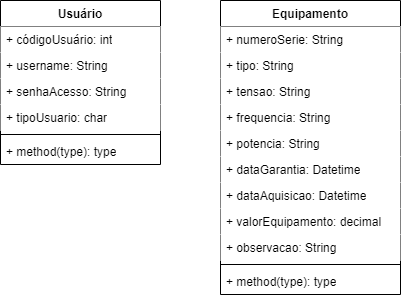
The draw.io diagram DiagramaProjeto.drawio.png in IgorDias1998/sistema_login, before a commit. Source tidied: cells renumbered, new cells last; positions are measured from the earlier drawing's top-left corner, leaving out a move shared by most shapes.
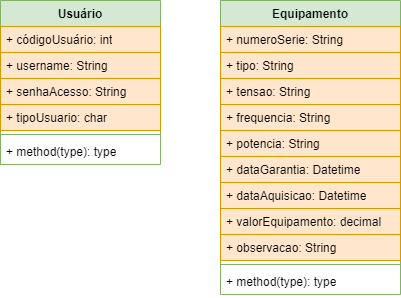
After the change.

Diff of the diagram source:
```diff
@@ -2,34 +2,34 @@
   <root>
     <mxCell id="0" />
     <mxCell id="1" parent="0" />
-    <mxCell id="2" value="Equipamento" style="swimlane;fontStyle=1;align=center;verticalAlign=top;horizontal=1;startSize=26;whiteSpace=wrap;html=1;" parent="1" vertex="1">
+    <mxCell id="2" value="Equipamento" style="swimlane;fontStyle=1;align=center;verticalAlign=top;horizontal=1;startSize=26;whiteSpace=wrap;html=1;fillColor=#d5e8d4;strokeColor=#82b366;" parent="1" vertex="1">
       <mxGeometry x="220" width="180" height="294" as="geometry" />
     </mxCell>
-    <mxCell id="3" value="+ numeroSerie: String&lt;div&gt;&lt;br&gt;&lt;/div&gt;" style="text;strokeColor=none;fillColor=default;align=left;verticalAlign=top;spacingLeft=4;spacingRight=4;overflow=hidden;whiteSpace=wrap;html=1;" parent="2" vertex="1">
+    <mxCell id="3" value="+ numeroSerie: String&lt;div&gt;&lt;br&gt;&lt;/div&gt;" style="text;strokeColor=#d79b00;fillColor=#ffe6cc;align=left;verticalAlign=top;spacingLeft=4;spacingRight=4;overflow=hidden;whiteSpace=wrap;html=1;" parent="2" vertex="1">
       <mxGeometry y="26" width="180" height="26" as="geometry" />
     </mxCell>
-    <mxCell id="4" value="+ tipo: String&lt;div&gt;&lt;br&gt;&lt;/div&gt;" style="text;strokeColor=none;fillColor=default;align=left;verticalAlign=top;spacingLeft=4;spacingRight=4;overflow=hidden;whiteSpace=wrap;html=1;" parent="2" vertex="1">
+    <mxCell id="4" value="+ tipo: String&lt;div&gt;&lt;br&gt;&lt;/div&gt;" style="text;strokeColor=#d79b00;fillColor=#ffe6cc;align=left;verticalAlign=top;spacingLeft=4;spacingRight=4;overflow=hidden;whiteSpace=wrap;html=1;" parent="2" vertex="1">
       <mxGeometry y="52" width="180" height="26" as="geometry" />
     </mxCell>
-    <mxCell id="5" value="+ tensao: String&lt;div&gt;&lt;br&gt;&lt;/div&gt;" style="text;strokeColor=none;fillColor=default;align=left;verticalAlign=top;spacingLeft=4;spacingRight=4;overflow=hidden;whiteSpace=wrap;html=1;" parent="2" vertex="1">
+    <mxCell id="5" value="+ tensao: String&lt;div&gt;&lt;br&gt;&lt;/div&gt;" style="text;strokeColor=#d79b00;fillColor=#ffe6cc;align=left;verticalAlign=top;spacingLeft=4;spacingRight=4;overflow=hidden;whiteSpace=wrap;html=1;" parent="2" vertex="1">
       <mxGeometry y="78" width="180" height="26" as="geometry" />
     </mxCell>
-    <mxCell id="6" value="+ frequencia: String&lt;div&gt;&lt;br&gt;&lt;/div&gt;" style="text;strokeColor=none;fillColor=default;align=left;verticalAlign=top;spacingLeft=4;spacingRight=4;overflow=hidden;whiteSpace=wrap;html=1;" parent="2" vertex="1">
+    <mxCell id="6" value="+ frequencia: String&lt;div&gt;&lt;br&gt;&lt;/div&gt;" style="text;strokeColor=#d79b00;fillColor=#ffe6cc;align=left;verticalAlign=top;spacingLeft=4;spacingRight=4;overflow=hidden;whiteSpace=wrap;html=1;" parent="2" vertex="1">
       <mxGeometry y="104" width="180" height="26" as="geometry" />
     </mxCell>
-    <mxCell id="7" value="+ potencia: String&lt;div&gt;&lt;br&gt;&lt;/div&gt;" style="text;strokeColor=none;fillColor=default;align=left;verticalAlign=top;spacingLeft=4;spacingRight=4;overflow=hidden;whiteSpace=wrap;html=1;" parent="2" vertex="1">
+    <mxCell id="7" value="+ potencia: String&lt;div&gt;&lt;br&gt;&lt;/div&gt;" style="text;strokeColor=#d79b00;fillColor=#ffe6cc;align=left;verticalAlign=top;spacingLeft=4;spacingRight=4;overflow=hidden;whiteSpace=wrap;html=1;" parent="2" vertex="1">
       <mxGeometry y="130" width="180" height="26" as="geometry" />
     </mxCell>
-    <mxCell id="8" value="+ dataGarantia: Datetime&lt;div&gt;&lt;br&gt;&lt;/div&gt;" style="text;strokeColor=none;fillColor=default;align=left;verticalAlign=top;spacingLeft=4;spacingRight=4;overflow=hidden;whiteSpace=wrap;html=1;" parent="2" vertex="1">
+    <mxCell id="8" value="+ dataGarantia: Datetime&lt;div&gt;&lt;br&gt;&lt;/div&gt;" style="text;strokeColor=#d79b00;fillColor=#ffe6cc;align=left;verticalAlign=top;spacingLeft=4;spacingRight=4;overflow=hidden;whiteSpace=wrap;html=1;" parent="2" vertex="1">
       <mxGeometry y="156" width="180" height="26" as="geometry" />
     </mxCell>
-    <mxCell id="9" value="+ dataAquisicao: Datetime&lt;div&gt;&lt;br&gt;&lt;/div&gt;" style="text;strokeColor=none;fillColor=default;align=left;verticalAlign=top;spacingLeft=4;spacingRight=4;overflow=hidden;whiteSpace=wrap;html=1;" parent="2" vertex="1">
+    <mxCell id="9" value="+ dataAquisicao: Datetime&lt;div&gt;&lt;br&gt;&lt;/div&gt;" style="text;strokeColor=#d79b00;fillColor=#ffe6cc;align=left;verticalAlign=top;spacingLeft=4;spacingRight=4;overflow=hidden;whiteSpace=wrap;html=1;" parent="2" vertex="1">
       <mxGeometry y="182" width="180" height="26" as="geometry" />
     </mxCell>
-    <mxCell id="10" value="+ valorEquipamento: decimal&lt;div&gt;&lt;br&gt;&lt;/div&gt;" style="text;strokeColor=none;fillColor=default;align=left;verticalAlign=top;spacingLeft=4;spacingRight=4;overflow=hidden;whiteSpace=wrap;html=1;" parent="2" vertex="1">
+    <mxCell id="10" value="+ valorEquipamento: decimal&lt;div&gt;&lt;br&gt;&lt;/div&gt;" style="text;strokeColor=#d79b00;fillColor=#ffe6cc;align=left;verticalAlign=top;spacingLeft=4;spacingRight=4;overflow=hidden;whiteSpace=wrap;html=1;" parent="2" vertex="1">
       <mxGeometry y="208" width="180" height="26" as="geometry" />
     </mxCell>
-    <mxCell id="11" value="+ observacao: String&lt;div&gt;&lt;br&gt;&lt;/div&gt;" style="text;strokeColor=none;fillColor=default;align=left;verticalAlign=top;spacingLeft=4;spacingRight=4;overflow=hidden;whiteSpace=wrap;html=1;" parent="2" vertex="1">
+    <mxCell id="11" value="+ observacao: String&lt;div&gt;&lt;br&gt;&lt;/div&gt;" style="text;strokeColor=#d79b00;fillColor=#ffe6cc;align=left;verticalAlign=top;spacingLeft=4;spacingRight=4;overflow=hidden;whiteSpace=wrap;html=1;" parent="2" vertex="1">
       <mxGeometry y="234" width="180" height="26" as="geometry" />
     </mxCell>
     <mxCell id="12" style="line;strokeWidth=1;fillColor=none;align=left;verticalAlign=middle;spacingTop=-1;spacingLeft=3;spacingRight=3;labelPosition=right;strokeColor=inherit;" parent="2" vertex="1">
@@ -38,19 +38,19 @@
     <mxCell id="13" value="+ method(type): type" style="text;strokeColor=none;fillColor=none;align=left;verticalAlign=top;spacingLeft=4;spacingRight=4;overflow=hidden;whiteSpace=wrap;html=1;" parent="2" vertex="1">
       <mxGeometry y="268" width="180" height="26" as="geometry" />
     </mxCell>
-    <mxCell id="14" value="Usuário" style="swimlane;fontStyle=1;align=center;verticalAlign=top;horizontal=1;startSize=26;whiteSpace=wrap;html=1;" parent="1" vertex="1">
+    <mxCell id="14" value="Usuário" style="swimlane;fontStyle=1;align=center;verticalAlign=top;horizontal=1;startSize=26;whiteSpace=wrap;html=1;fillColor=#d5e8d4;strokeColor=#82b366;" parent="1" vertex="1">
       <mxGeometry width="160" height="164" as="geometry" />
     </mxCell>
-    <mxCell id="15" value="+ códigoUsuário: int&lt;div&gt;&lt;br&gt;&lt;/div&gt;" style="text;strokeColor=none;fillColor=default;align=left;verticalAlign=top;spacingLeft=4;spacingRight=4;overflow=hidden;whiteSpace=wrap;html=1;" parent="14" vertex="1">
+    <mxCell id="15" value="+ códigoUsuário: int&lt;div&gt;&lt;br&gt;&lt;/div&gt;" style="text;strokeColor=#d79b00;fillColor=#ffe6cc;align=left;verticalAlign=top;spacingLeft=4;spacingRight=4;overflow=hidden;whiteSpace=wrap;html=1;" parent="14" vertex="1">
       <mxGeometry y="26" width="160" height="26" as="geometry" />
     </mxCell>
-    <mxCell id="16" value="+ username: String&lt;div&gt;&lt;br&gt;&lt;/div&gt;" style="text;strokeColor=none;fillColor=default;align=left;verticalAlign=top;spacingLeft=4;spacingRight=4;overflow=hidden;whiteSpace=wrap;html=1;" parent="14" vertex="1">
+    <mxCell id="16" value="+ username: String&lt;div&gt;&lt;br&gt;&lt;/div&gt;" style="text;strokeColor=#d79b00;fillColor=#ffe6cc;align=left;verticalAlign=top;spacingLeft=4;spacingRight=4;overflow=hidden;whiteSpace=wrap;html=1;" parent="14" vertex="1">
       <mxGeometry y="52" width="160" height="26" as="geometry" />
     </mxCell>
-    <mxCell id="17" value="+ senhaAcesso: String&lt;div&gt;&lt;br&gt;&lt;/div&gt;" style="text;strokeColor=none;fillColor=default;align=left;verticalAlign=top;spacingLeft=4;spacingRight=4;overflow=hidden;whiteSpace=wrap;html=1;" parent="14" vertex="1">
+    <mxCell id="17" value="+ senhaAcesso: String&lt;div&gt;&lt;br&gt;&lt;/div&gt;" style="text;strokeColor=#d79b00;fillColor=#ffe6cc;align=left;verticalAlign=top;spacingLeft=4;spacingRight=4;overflow=hidden;whiteSpace=wrap;html=1;" parent="14" vertex="1">
       <mxGeometry y="78" width="160" height="26" as="geometry" />
     </mxCell>
-    <mxCell id="18" value="+ tipoUsuario: char&lt;div&gt;&lt;br&gt;&lt;/div&gt;" style="text;strokeColor=none;fillColor=default;align=left;verticalAlign=top;spacingLeft=4;spacingRight=4;overflow=hidden;whiteSpace=wrap;html=1;" parent="14" vertex="1">
+    <mxCell id="18" value="+ tipoUsuario: char&lt;div&gt;&lt;br&gt;&lt;/div&gt;" style="text;strokeColor=#d79b00;fillColor=#ffe6cc;align=left;verticalAlign=top;spacingLeft=4;spacingRight=4;overflow=hidden;whiteSpace=wrap;html=1;" parent="14" vertex="1">
       <mxGeometry y="104" width="160" height="26" as="geometry" />
     </mxCell>
     <mxCell id="19" style="line;strokeWidth=1;fillColor=none;align=left;verticalAlign=middle;spacingTop=-1;spacingLeft=3;spacingRight=3;labelPosition=right;strokeColor=inherit;" parent="14" vertex="1">
```
